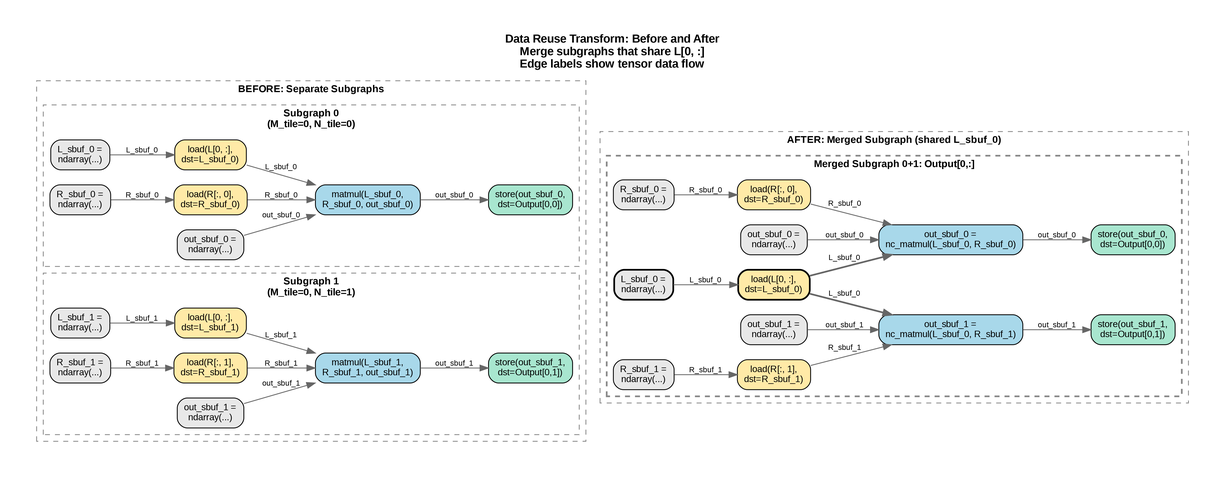
The Graphviz diagram design/figures/matmul_compute_graph_data_reuse.png in awslabs/nki-autotune, before a commit. Its source is kept beside it as design/dot_scripts/matmul_compute_graph_data_reuse.dot.
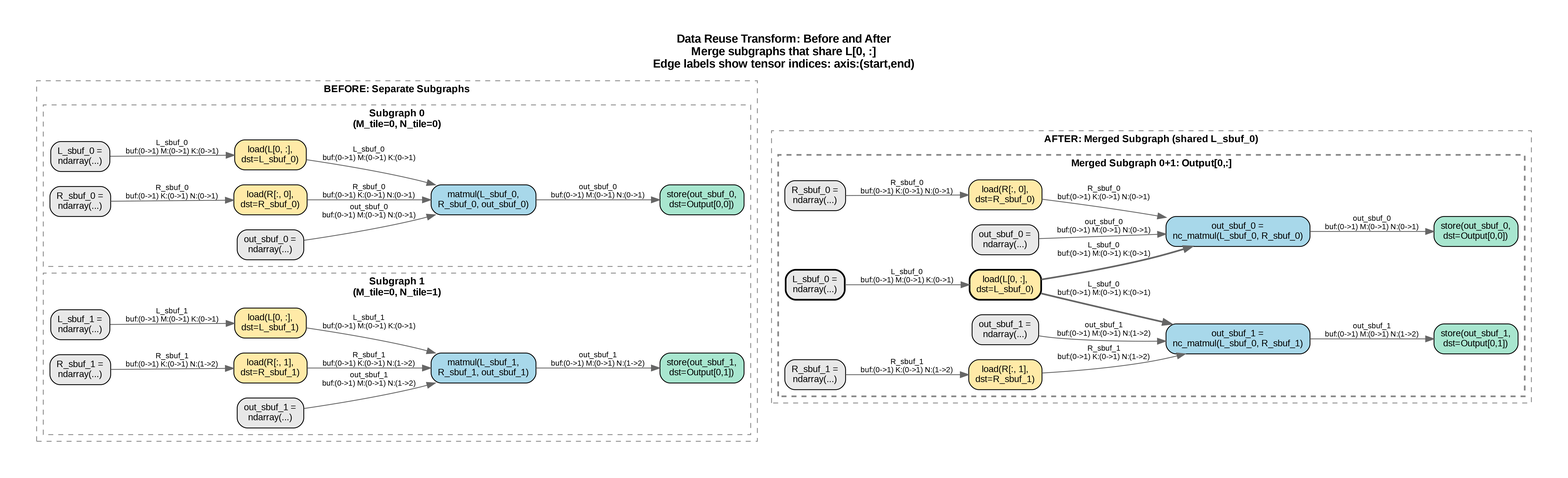
Later version of the same file.

Diff of the diagram source:
```diff
@@ -7,7 +7,7 @@
     node [fontname="Arial", fontsize=11, style="filled,rounded", shape=box];
     edge [fontname="Arial", fontsize=9];
 
-    label="Data Reuse Transform: Before and After\nMerge subgraphs that share L[0, :]\nEdge labels show tensor data flow";
+    label="Data Reuse Transform: Before and After\nMerge subgraphs that share L[0, :]\nEdge labels show tensor indices: axis:(start,end)";
     labelloc="t";
     fontsize=14;
     fontname="Arial Bold";
@@ -29,12 +29,12 @@
             before_compute_0 [label="matmul(L_sbuf_0,\nR_sbuf_0, out_sbuf_0)", fillcolor="#A8D8EA"];
             before_store_0 [label="store(out_sbuf_0,\ndst=Output[0,0])", fillcolor="#A8E6CF"];
 
-            before_alloc_L_0 -> before_load_L_0 [label="L_sbuf_0", color="#666666"];
-            before_alloc_R_0 -> before_load_R_0 [label="R_sbuf_0", color="#666666"];
-            before_alloc_out_0 -> before_compute_0 [label="out_sbuf_0", color="#666666"];
-            before_load_L_0 -> before_compute_0 [label="L_sbuf_0", color="#666666"];
-            before_load_R_0 -> before_compute_0 [label="R_sbuf_0", color="#666666"];
-            before_compute_0 -> before_store_0 [label="out_sbuf_0", color="#666666"];
+            before_alloc_L_0 -> before_load_L_0 [label="L_sbuf_0\nbuf:(0->1) M:(0->1) K:(0->1)", color="#666666"];
+            before_alloc_R_0 -> before_load_R_0 [label="R_sbuf_0\nbuf:(0->1) K:(0->1) N:(0->1)", color="#666666"];
+            before_alloc_out_0 -> before_compute_0 [label="out_sbuf_0\nbuf:(0->1) M:(0->1) N:(0->1)", color="#666666"];
+            before_load_L_0 -> before_compute_0 [label="L_sbuf_0\nbuf:(0->1) M:(0->1) K:(0->1)", color="#666666"];
+            before_load_R_0 -> before_compute_0 [label="R_sbuf_0\nbuf:(0->1) K:(0->1) N:(0->1)", color="#666666"];
+            before_compute_0 -> before_store_0 [label="out_sbuf_0\nbuf:(0->1) M:(0->1) N:(0->1)", color="#666666"];
         }
 
         subgraph cluster_before_1 {
@@ -48,12 +48,12 @@
             before_compute_1 [label="matmul(L_sbuf_1,\nR_sbuf_1, out_sbuf_1)", fillcolor="#A8D8EA"];
             before_store_1 [label="store(out_sbuf_1,\ndst=Output[0,1])", fillcolor="#A8E6CF"];
 
-            before_alloc_L_1 -> before_load_L_1 [label="L_sbuf_1", color="#666666"];
-            before_alloc_R_1 -> before_load_R_1 [label="R_sbuf_1", color="#666666"];
-            before_alloc_out_1 -> before_compute_1 [label="out_sbuf_1", color="#666666"];
-            before_load_L_1 -> before_compute_1 [label="L_sbuf_1", color="#666666"];
-            before_load_R_1 -> before_compute_1 [label="R_sbuf_1", color="#666666"];
-            before_compute_1 -> before_store_1 [label="out_sbuf_1", color="#666666"];
+            before_alloc_L_1 -> before_load_L_1 [label="L_sbuf_1\nbuf:(0->1) M:(0->1) K:(0->1)", color="#666666"];
+            before_alloc_R_1 -> before_load_R_1 [label="R_sbuf_1\nbuf:(0->1) K:(0->1) N:(1->2)", color="#666666"];
+            before_alloc_out_1 -> before_compute_1 [label="out_sbuf_1\nbuf:(0->1) M:(0->1) N:(1->2)", color="#666666"];
+            before_load_L_1 -> before_compute_1 [label="L_sbuf_1\nbuf:(0->1) M:(0->1) K:(0->1)", color="#666666"];
+            before_load_R_1 -> before_compute_1 [label="R_sbuf_1\nbuf:(0->1) K:(0->1) N:(1->2)", color="#666666"];
+            before_compute_1 -> before_store_1 [label="out_sbuf_1\nbuf:(0->1) M:(0->1) N:(1->2)", color="#666666"];
         }
     }
 
@@ -83,18 +83,18 @@
             compute_01 [label="out_sbuf_1 =\nnc_matmul(L_sbuf_0, R_sbuf_1)", fillcolor="#A8D8EA"];
             store_01 [label="store(out_sbuf_1,\ndst=Output[0,1])", fillcolor="#A8E6CF"];
 
-            alloc_L_shared -> load_L_shared [label="L_sbuf_0", color="#666666"];
-            alloc_R_00 -> load_R_00 [label="R_sbuf_0", color="#666666"];
-            alloc_out_00 -> compute_00 [label="out_sbuf_0", color="#666666"];
-            alloc_R_01 -> load_R_01 [label="R_sbuf_1", color="#666666"];
-            alloc_out_01 -> compute_01 [label="out_sbuf_1", color="#666666"];
+            alloc_L_shared -> load_L_shared [label="L_sbuf_0\nbuf:(0->1) M:(0->1) K:(0->1)", color="#666666"];
+            alloc_R_00 -> load_R_00 [label="R_sbuf_0\nbuf:(0->1) K:(0->1) N:(0->1)", color="#666666"];
+            alloc_out_00 -> compute_00 [label="out_sbuf_0\nbuf:(0->1) M:(0->1) N:(0->1)", color="#666666"];
+            alloc_R_01 -> load_R_01 [label="R_sbuf_1\nbuf:(0->1) K:(0->1) N:(1->2)", color="#666666"];
+            alloc_out_01 -> compute_01 [label="out_sbuf_1\nbuf:(0->1) M:(0->1) N:(1->2)", color="#666666"];
 
-            load_L_shared -> compute_00 [label="L_sbuf_0", color="#666666", penwidth=2];
-            load_L_shared -> compute_01 [label="L_sbuf_0", color="#666666", penwidth=2];
-            load_R_00 -> compute_00 [label="R_sbuf_0", color="#666666"];
-            load_R_01 -> compute_01 [label="R_sbuf_1", color="#666666"];
-            compute_00 -> store_00 [label="out_sbuf_0", color="#666666"];
-            compute_01 -> store_01 [label="out_sbuf_1", color="#666666"];
+            load_L_shared -> compute_00 [label="L_sbuf_0\nbuf:(0->1) M:(0->1) K:(0->1)", color="#666666", penwidth=2];
+            load_L_shared -> compute_01 [label="L_sbuf_0\nbuf:(0->1) M:(0->1) K:(0->1)", color="#666666", penwidth=2];
+            load_R_00 -> compute_00 [label="R_sbuf_0\nbuf:(0->1) K:(0->1) N:(0->1)", color="#666666"];
+            load_R_01 -> compute_01 [label="R_sbuf_1\nbuf:(0->1) K:(0->1) N:(1->2)", color="#666666"];
+            compute_00 -> store_00 [label="out_sbuf_0\nbuf:(0->1) M:(0->1) N:(0->1)", color="#666666"];
+            compute_01 -> store_01 [label="out_sbuf_1\nbuf:(0->1) M:(0->1) N:(1->2)", color="#666666"];
         }
     }
 
```
